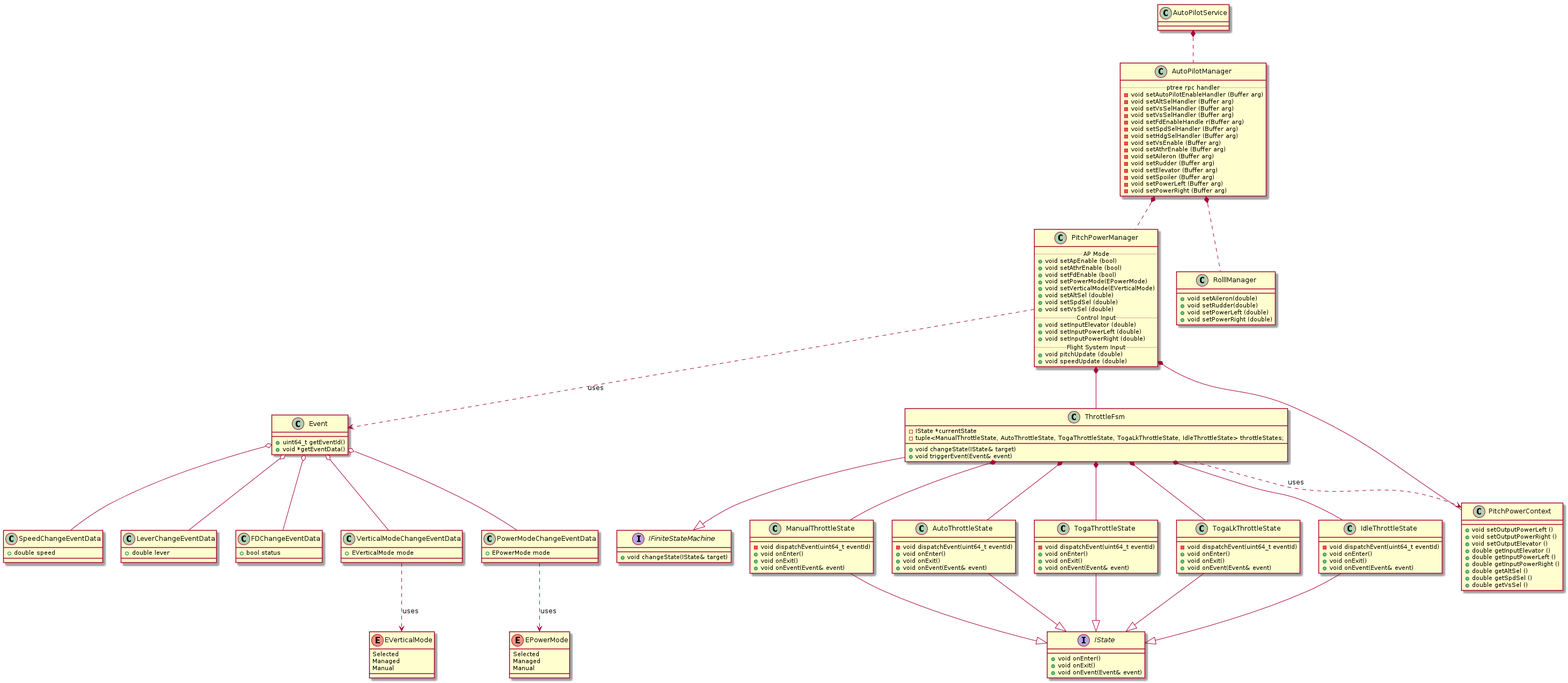
Above: AutoPilot/src/Design.png in rooftopprinz/FlyingComputer (PlantUML), before the change. The source it was exported from:
```plantuml
@startuml

class Event {
    + uint64_t getEventId()
    + void *getEventData()
}

Interface IState {
    + void onEnter()
    + void onExit()
    + void onEvent(Event& event)
}

Interface IFiniteStateMachine {
    + void changeState(IState& target)
}

Class ThrottleFsm {
    + void changeState(IState& target)
    + void triggerEvent(Event& event)
    - IState *currentState
    - tuple<ManualThrottleState, AutoThrottleState, TogaThrottleState, TogaLkThrottleState, IdleThrottleState> throttleStates;
}

class ManualThrottleState {
    - void dispatchEvent(uint64_t eventId)
    + void onEnter()
    + void onExit()
    + void onEvent(Event& event)
}

class AutoThrottleState {
    - void dispatchEvent(uint64_t eventId)
    + void onEnter()
    + void onExit()
    + void onEvent(Event& event)
}

class TogaThrottleState {
    - void dispatchEvent(uint64_t eventId)
    + void onEnter()
    + void onExit()
    + void onEvent(Event& event)
}

class TogaLkThrottleState {
    - void dispatchEvent(uint64_t eventId)
    + void onEnter()
    + void onExit()
    + void onEvent(Event& event)
}

class IdleThrottleState {
    - void dispatchEvent(uint64_t eventId)
    + void onEnter()
    + void onExit()
    + void onEvent(Event& event)
}

class SpeedChangeEventData {
    + double speed
}

class LeverChangeEventData {
    + double lever
}

class FDChangeEventData {
    + bool status
}

enum EVerticalMode{
    Selected
    Managed
    Manual
}

class VerticalModeChangeEventData {
    + EVerticalMode mode
}

enum EPowerMode{
    Selected
    Managed
    Manual
}

class PowerModeChangeEventData {
    + EPowerMode mode
}

class PitchPowerContext {
    + void setOutputPowerLeft ()
    + void setOutputPowerRight ()
    + void setOutputElevator ()
    + double getInputElevator ()
    + double getInputPowerLeft ()
    + double getInputPowerRight ()
    + double getAltSel ()
    + double getSpdSel ()
    + double getVsSel ()
}

class PitchPowerManager {
.. AP Mode ..
    + void setApEnable (bool)
    + void setAthrEnable (bool)
    + void setFdEnable (bool)
    + void setPowerMode(EPowerMode)
    + void setVerticalMode(EVerticalMode)
    + void setAltSel (double)
    + void setSpdSel (double)
    + void setVsSel (double)
.. Control Input ..
    + void setInputElevator (double)
    + void setInputPowerLeft (double)
    + void setInputPowerRight (double)
.. Flight System Input ..
    + void pitchUpdate (double)
    + void speedUpdate (double)
}

class RolllManager {
    + void setAileron(double)
    + void setRudder(double)
    + void setPowerLeft (double)
    + void setPowerRight (double)
}

class AutoPilotManager{
.. ptree rpc handler ..
    - void setAutoPilotEnableHandler (Buffer arg)
    - void setAltSelHandler (Buffer arg)
    - void setVsSelHandler (Buffer arg)
    - void setVsSelHandler (Buffer arg)
    - void setFdEnableHandle r(Buffer arg)
    - void setSpdSelHandler (Buffer arg)
    - void setHdgSelHandler (Buffer arg)
    - void setVsEnable (Buffer arg)
    - void setAthrEnable (Buffer arg)
    - void setAileron (Buffer arg)
    - void setRudder (Buffer arg)
    - void setElevator (Buffer arg)
    - void setSpoiler (Buffer arg)
    - void setPowerLeft (Buffer arg)
    - void setPowerRight (Buffer arg)
}

ManualThrottleState --|> IState
AutoThrottleState --|> IState
TogaThrottleState --|> IState
TogaLkThrottleState --|> IState
IdleThrottleState --|> IState
ThrottleFsm --|> IFiniteStateMachine

ThrottleFsm *-- ManualThrottleState
ThrottleFsm *-- AutoThrottleState
ThrottleFsm *-- TogaThrottleState
ThrottleFsm *-- TogaLkThrottleState
ThrottleFsm *-- IdleThrottleState

Event o-- SpeedChangeEventData
Event o-- LeverChangeEventData
Event o-- FDChangeEventData
Event o-- VerticalModeChangeEventData
Event o-- PowerModeChangeEventData

PowerModeChangeEventData ..> EPowerMode : uses
VerticalModeChangeEventData ..> EVerticalMode : uses

PitchPowerManager ..> Event : uses

PitchPowerManager *-- ThrottleFsm
PitchPowerManager *-- PitchPowerContext
ThrottleFsm ..> PitchPowerContext : uses


AutoPilotService *.. AutoPilotManager
AutoPilotManager *.. PitchPowerManager
AutoPilotManager *.. RolllManager

@enduml
```
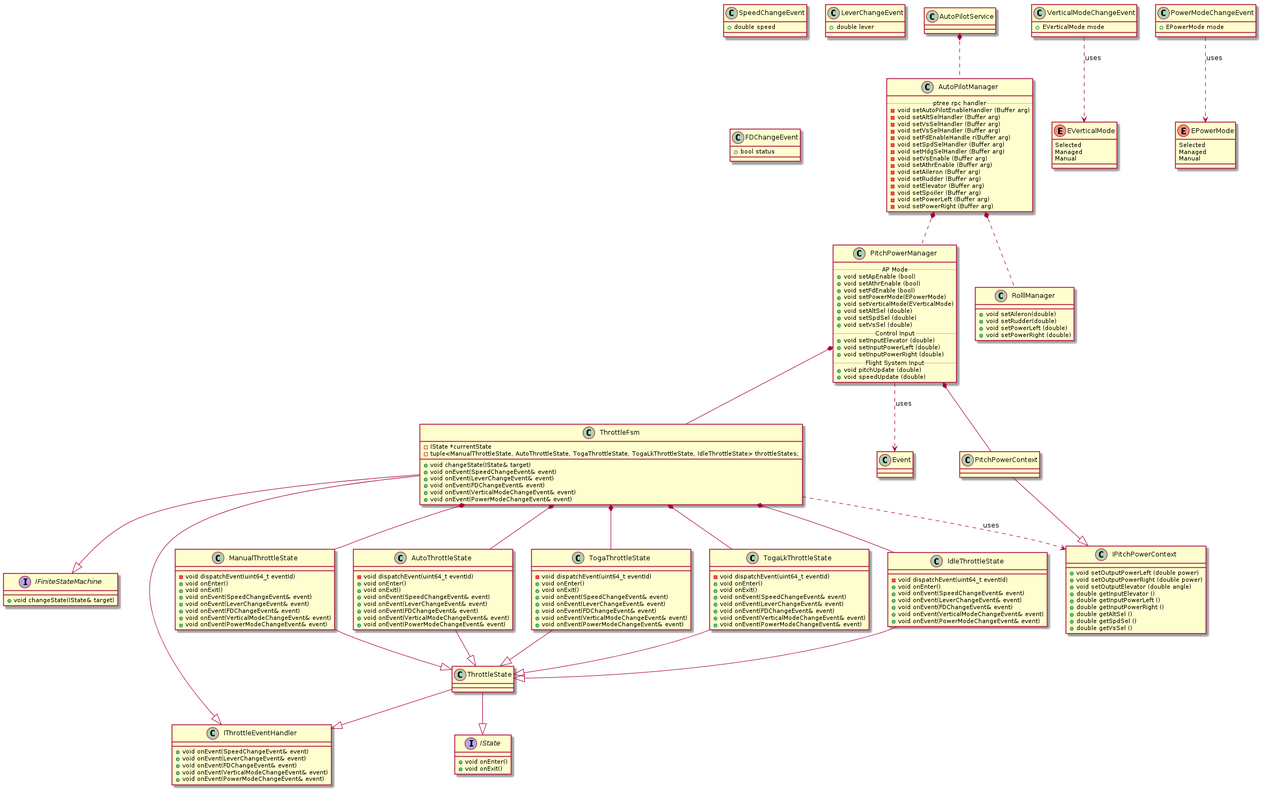
The same diagram one commit later.

What changed in the source:
```diff
@@ -1,23 +1,29 @@
 @startuml
-
-class Event {
-    + uint64_t getEventId()
-    + void *getEventData()
-}
 
 Interface IState {
     + void onEnter()
     + void onExit()
-    + void onEvent(Event& event)
 }
 
 Interface IFiniteStateMachine {
     + void changeState(IState& target)
 }
 
+class IThrottleEventHandler {
+    + void onEvent(SpeedChangeEvent& event)
+    + void onEvent(LeverChangeEvent& event)
+    + void onEvent(FDChangeEvent& event)
+    + void onEvent(VerticalModeChangeEvent& event)
+    + void onEvent(PowerModeChangeEvent& event)
+}
+
 Class ThrottleFsm {
     + void changeState(IState& target)
-    + void triggerEvent(Event& event)
+    + void onEvent(SpeedChangeEvent& event)
+    + void onEvent(LeverChangeEvent& event)
+    + void onEvent(FDChangeEvent& event)
+    + void onEvent(VerticalModeChangeEvent& event)
+    + void onEvent(PowerModeChangeEvent& event)
     - IState *currentState
     - tuple<ManualThrottleState, AutoThrottleState, TogaThrottleState, TogaLkThrottleState, IdleThrottleState> throttleStates;
 }
@@ -26,46 +32,65 @@
     - void dispatchEvent(uint64_t eventId)
     + void onEnter()
     + void onExit()
-    + void onEvent(Event& event)
+    + void onEvent(SpeedChangeEvent& event)
+    + void onEvent(LeverChangeEvent& event)
+    + void onEvent(FDChangeEvent& event)
+    + void onEvent(VerticalModeChangeEvent& event)
+    + void onEvent(PowerModeChangeEvent& event)
 }
 
 class AutoThrottleState {
     - void dispatchEvent(uint64_t eventId)
     + void onEnter()
     + void onExit()
-    + void onEvent(Event& event)
+    + void onEvent(SpeedChangeEvent& event)
+    + void onEvent(LeverChangeEvent& event)
+    + void onEvent(FDChangeEvent& event)
+    + void onEvent(VerticalModeChangeEvent& event)
+    + void onEvent(PowerModeChangeEvent& event)
 }
 
 class TogaThrottleState {
     - void dispatchEvent(uint64_t eventId)
     + void onEnter()
     + void onExit()
-    + void onEvent(Event& event)
+    + void onEvent(SpeedChangeEvent& event)
+    + void onEvent(LeverChangeEvent& event)
+    + void onEvent(FDChangeEvent& event)
+    + void onEvent(VerticalModeChangeEvent& event)
+    + void onEvent(PowerModeChangeEvent& event)
 }
 
 class TogaLkThrottleState {
     - void dispatchEvent(uint64_t eventId)
     + void onEnter()
     + void onExit()
-    + void onEvent(Event& event)
+    + void onEvent(SpeedChangeEvent& event)
+    + void onEvent(LeverChangeEvent& event)
+    + void onEvent(FDChangeEvent& event)
+    + void onEvent(VerticalModeChangeEvent& event)
+    + void onEvent(PowerModeChangeEvent& event)
 }
 
 class IdleThrottleState {
     - void dispatchEvent(uint64_t eventId)
     + void onEnter()
-    + void onExit()
-    + void onEvent(Event& event)
+    + void onEvent(SpeedChangeEvent& event)
+    + void onEvent(LeverChangeEvent& event)
+    + void onEvent(FDChangeEvent& event)
+    + void onEvent(VerticalModeChangeEvent& event)
+    + void onEvent(PowerModeChangeEvent& event)
 }
 
-class SpeedChangeEventData {
+class SpeedChangeEvent {
     + double speed
 }
 
-class LeverChangeEventData {
+class LeverChangeEvent {
     + double lever
 }
 
-class FDChangeEventData {
+class FDChangeEvent {
     + bool status
 }
 
@@ -75,7 +100,7 @@
     Manual
 }
 
-class VerticalModeChangeEventData {
+class VerticalModeChangeEvent {
     + EVerticalMode mode
 }
 
@@ -85,14 +110,14 @@
     Manual
 }
 
-class PowerModeChangeEventData {
+class PowerModeChangeEvent {
     + EPowerMode mode
 }
 
-class PitchPowerContext {
-    + void setOutputPowerLeft ()
-    + void setOutputPowerRight ()
-    + void setOutputElevator ()
+class IPitchPowerContext {
+    + void setOutputPowerLeft (double power)
+    + void setOutputPowerRight (double power)
+    + void setOutputElevator (double angle)
     + double getInputElevator ()
     + double getInputPowerLeft ()
     + double getInputPowerRight ()
@@ -146,12 +171,18 @@
     - void setPowerRight (Buffer arg)
 }
 
-ManualThrottleState --|> IState
-AutoThrottleState --|> IState
-TogaThrottleState --|> IState
-TogaLkThrottleState --|> IState
-IdleThrottleState --|> IState
+ThrottleState --|> IState
+ThrottleState --|> IThrottleEventHandler
+
+
+ManualThrottleState --|> ThrottleState
+AutoThrottleState --|> ThrottleState
+TogaThrottleState --|> ThrottleState
+TogaLkThrottleState --|> ThrottleState
+IdleThrottleState --|> ThrottleState
+
 ThrottleFsm --|> IFiniteStateMachine
+ThrottleFsm --|> IThrottleEventHandler
 
 ThrottleFsm *-- ManualThrottleState
 ThrottleFsm *-- AutoThrottleState
@@ -159,20 +190,16 @@
 ThrottleFsm *-- TogaLkThrottleState
 ThrottleFsm *-- IdleThrottleState
 
-Event o-- SpeedChangeEventData
-Event o-- LeverChangeEventData
-Event o-- FDChangeEventData
-Event o-- VerticalModeChangeEventData
-Event o-- PowerModeChangeEventData
-
-PowerModeChangeEventData ..> EPowerMode : uses
-VerticalModeChangeEventData ..> EVerticalMode : uses
+PowerModeChangeEvent ..> EPowerMode : uses
+VerticalModeChangeEvent ..> EVerticalMode : uses
 
 PitchPowerManager ..> Event : uses
 
 PitchPowerManager *-- ThrottleFsm
 PitchPowerManager *-- PitchPowerContext
-ThrottleFsm ..> PitchPowerContext : uses
+
+PitchPowerContext --|> IPitchPowerContext
+ThrottleFsm ..> IPitchPowerContext : uses
 
 
 AutoPilotService *.. AutoPilotManager
```
